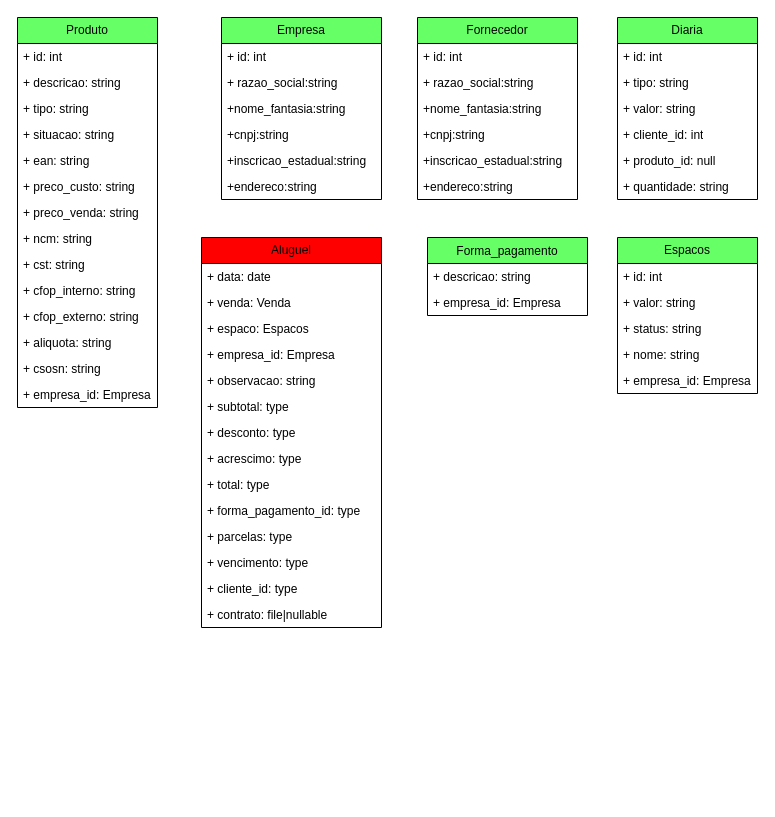
Earlier version of the draw.io diagram page "Lago" (3 of 6) of Tabelas.drawio (FSOFTSistemas/lago_sao_francisco). Source tidied: cells renumbered, new cells numbered last; positions are measured from the earlier drawing's top-left corner, leaving out a move shared by most shapes. Both pictures are drawn from the tidied source at 100%, with x=0, y=0 at pixel (17, 17).
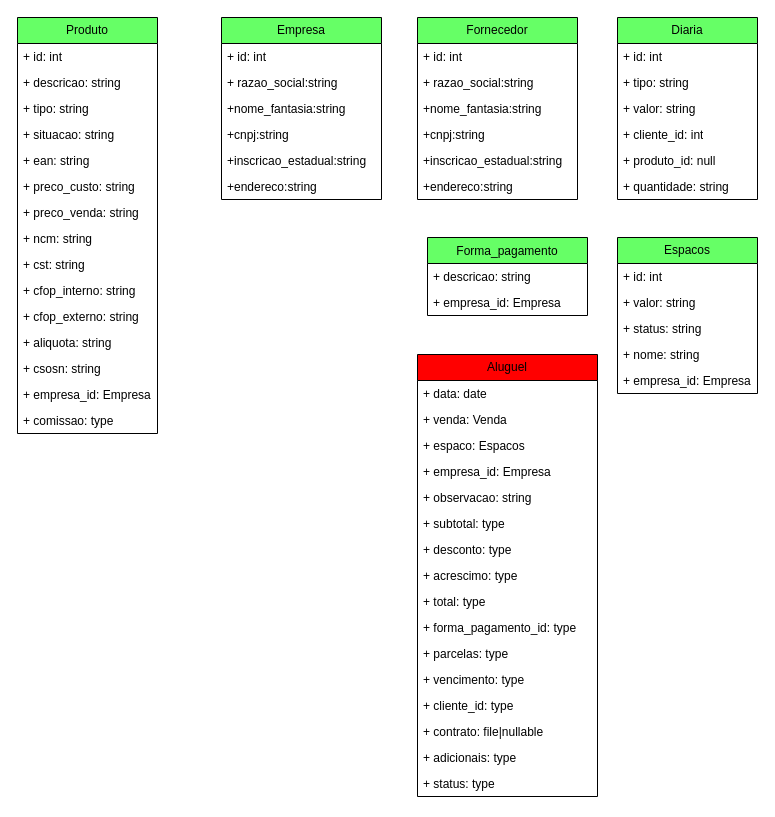
After the change.

The edit, as a diff of the source:
```diff
@@
     <mxCell id="2" value="Aluguel" style="swimlane;fontStyle=0;horizontal=1;startSize=26;fillColor=#FF0000;whiteSpace=wrap;html=1;" parent="1" vertex="1">
-      <mxGeometry x="184" y="220" width="180" height="390" as="geometry" />
+      <mxGeometry x="400" y="337" width="180" height="442" as="geometry" />
     </mxCell>
@@
+    <mxCell id="62" value="+ adicionais: type&amp;nbsp;" style="text;strokeColor=none;fillColor=none;align=left;verticalAlign=top;spacingLeft=4;spacingRight=4;overflow=hidden;whiteSpace=wrap;html=1;" parent="2" vertex="1">
+      <mxGeometry y="390" width="180" height="26" as="geometry" />
+    </mxCell>
+    <mxCell id="63" value="+ status: type&amp;nbsp;" style="text;strokeColor=none;fillColor=none;align=left;verticalAlign=top;spacingLeft=4;spacingRight=4;overflow=hidden;whiteSpace=wrap;html=1;" parent="2" vertex="1">
+      <mxGeometry y="416" width="180" height="26" as="geometry" />
+    </mxCell>
@@
     <mxCell id="40" value="Produto" style="swimlane;fontStyle=0;horizontal=1;startSize=26;fillColor=#66FF66;whiteSpace=wrap;html=1;" parent="1" vertex="1">
-      <mxGeometry width="140" height="390" as="geometry" />
+      <mxGeometry width="140" height="416" as="geometry" />
     </mxCell>
@@
+    <mxCell id="64" value="+ comissao: type" style="text;strokeColor=none;fillColor=none;align=left;verticalAlign=top;spacingLeft=4;spacingRight=4;overflow=hidden;whiteSpace=wrap;html=1;" parent="40" vertex="1">
+      <mxGeometry y="390" width="140" height="26" as="geometry" />
+    </mxCell>
```
